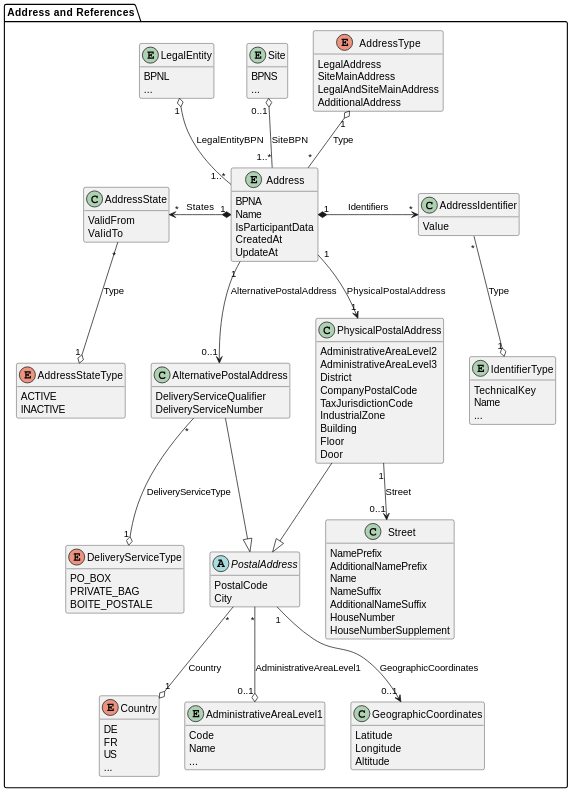
Above: docs/standards/CX-0012-BusinessPartnerDataPoolAPI/assets/diagrams/class/address.svg in catenax-eV/catenax-ev.github.io (PlantUML), before the change.
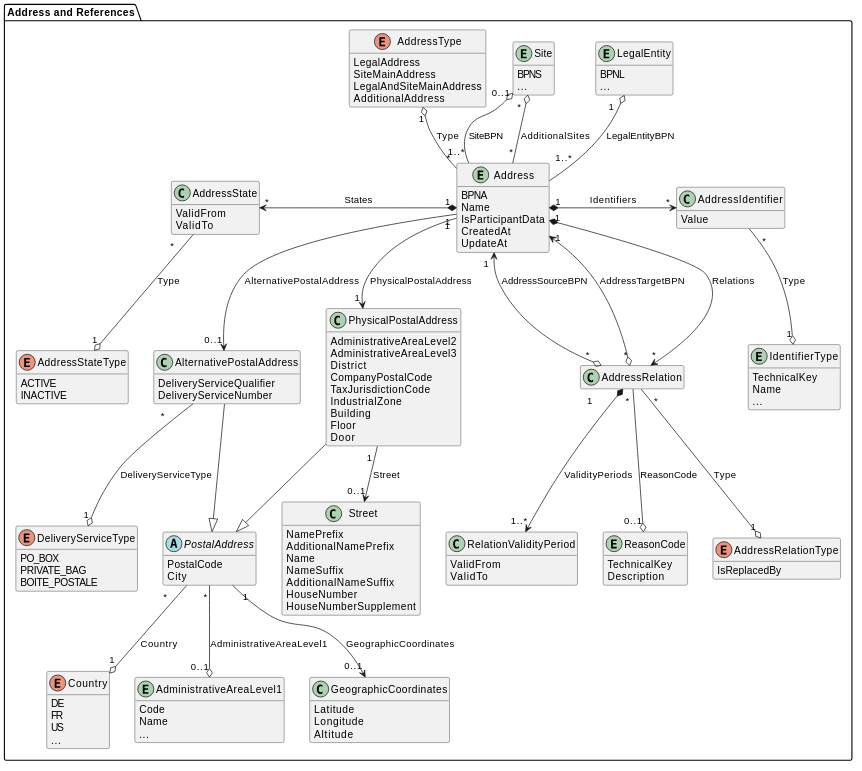
Above is the later version.

The edit, as a diff of the source:
```diff
@@ -45,6 +45,23 @@
     TechnicalKey
     Name
     ...
+  }
+
+  class AddressRelation {
+  }
+
+  enum AddressRelationType {
+    IsReplacedBy
+  }
+
+  class RelationValidityPeriod {
+    ValidFrom
+    ValidTo
+  }
+
+  entity ReasonCode {
+    TechnicalKey
+    Description
   }
 
   class AlternativePostalAddress{
@@ -109,6 +126,7 @@
 
   Address "1..*" -u-o "1" LegalEntity : LegalEntityBPN
   Address "1..*" -u-o "0..1" Site: SiteBPN
+  Address "*" -u-o "*" Site : AdditionalSites
 
   Address "*" -u-o "1" AddressType : Type
 
@@ -117,6 +135,13 @@
 
   Address "1" *-r-> "*" AddressIdentifier : Identifiers
   AddressIdentifier "*" -d-o "1" IdentifierType : Type
+
+  Address "1" *--> "*" AddressRelation : Relations
+  AddressRelation "*" --o "1" AddressRelationType : Type
+  AddressRelation "*" o--> "1" Address : AddressSourceBPN
+  AddressRelation "*" o--> "1" Address : AddressTargetBPN
+  AddressRelation "1" *-d-> "1..*" RelationValidityPeriod : ValidityPeriods
+  AddressRelation "*" -d-o "0..1" ReasonCode : ReasonCode
 
   Address "1" -d-> "0..1" AlternativePostalAddress : AlternativePostalAddress
   AlternativePostalAddress "*" -d-o "1" DeliveryServiceType : DeliveryServiceType
@@ -134,4 +159,5 @@
 }
 
 hide methods
+hide AddressRelation members
 @enduml
```
